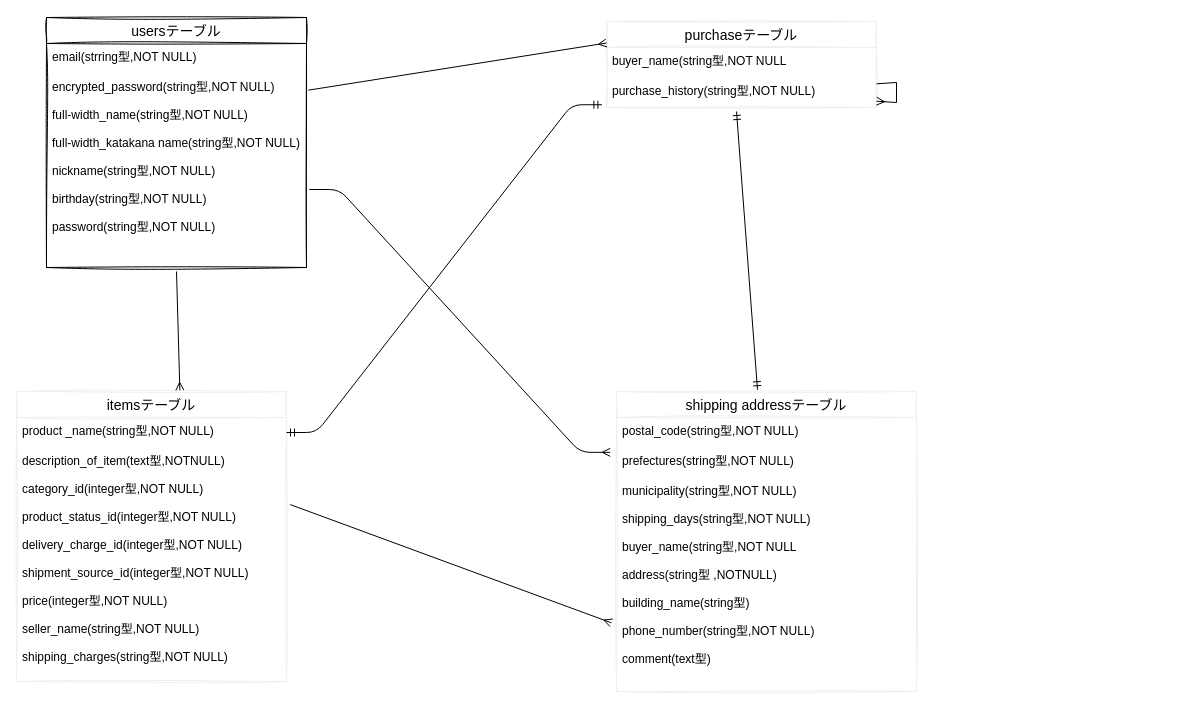
ittetu981/furima-35865 keeps this draw.io diagram as test.dio. Above is the earlier version. Source tidied: cells renumbered, new cells numbered last; positions are measured from the earlier drawing's top-left corner, leaving out a move shared by most shapes. Both pictures are drawn from the tidied source at 100%, with x=0, y=0 at pixel (16, 17).
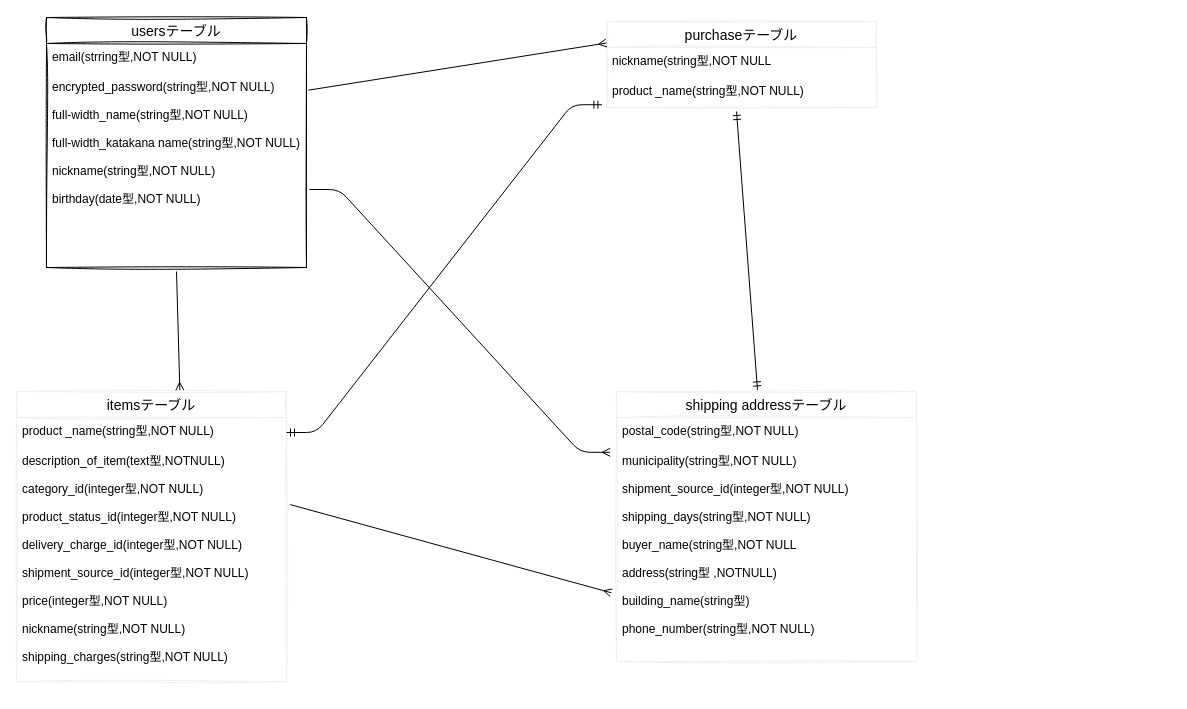
Above is the later version.

Commit message (it also covers changes not shown here):
データベース設計：追加修正4

Unchanged cells that the change refers to:
```xml
<mxCell id="2" value="usersテーブル" style="swimlane;fontStyle=0;horizontal=1;startSize=26;align=center;fontSize=14;sketch=1;" parent="1" vertex="1">
  <mxGeometry x="30" width="260" height="250" as="geometry" />
</mxCell>
<mxCell id="6" value="itemsテーブル" style="swimlane;fontStyle=0;horizontal=1;startSize=26;align=center;fontSize=14;sketch=1;strokeColor=#f0f0f0;" parent="1" vertex="1">
  <mxGeometry y="374" width="270" height="290" as="geometry" />
</mxCell>
<mxCell id="9" value="purchaseテーブル" style="swimlane;fontStyle=0;horizontal=1;startSize=26;align=center;fontSize=14;sketch=1;strokeColor=#f0f0f0;" parent="1" vertex="1">
  <mxGeometry x="590" y="4" width="270" height="86" as="geometry" />
</mxCell>
```

The edit, as a diff of the source:
```diff
@@
-    <mxCell id="4" value="encrypted_password(string型,NOT NULL)&#10;&#10;full-width_name(string型,NOT NULL)&#10;&#10;full-width_katakana name(string型,NOT NULL)&#10;&#10;nickname(string型,NOT NULL)&#10;&#10;birthday(string型,NOT NULL)&#10;&#10;password(string型,NOT NULL)&#10;&#10;&#10;&#10;&#10;" style="text;strokeColor=none;fillColor=none;spacingLeft=4;spacingRight=4;overflow=hidden;points=[[0,0.5],[1,0.5]];portConstraint=eastwest;fontSize=12;" parent="2" vertex="1">
+    <mxCell id="4" value="encrypted_password(string型,NOT NULL)&#10;&#10;full-width_name(string型,NOT NULL)&#10;&#10;full-width_katakana name(string型,NOT NULL)&#10;&#10;nickname(string型,NOT NULL)&#10;&#10;birthday(date型,NOT NULL)&#10;&#10;&#10;&#10;&#10;&#10;" style="text;strokeColor=none;fillColor=none;spacingLeft=4;spacingRight=4;overflow=hidden;points=[[0,0.5],[1,0.5]];portConstraint=eastwest;fontSize=12;" parent="2" vertex="1">
       <mxGeometry y="56" width="260" height="194" as="geometry" />
     </mxCell>
@@
-    <mxCell id="8" value="description_of_item(text型,NOTNULL)&#10;&#10;category_id(integer型,NOT NULL)&#10;&#10;product_status_id(integer型,NOT NULL)&#10;&#10;delivery_charge_id(integer型,NOT NULL)&#10;&#10;shipment_source_id(integer型,NOT NULL)&#10;&#10;price(integer型,NOT NULL)&#10;&#10;seller_name(string型,NOT NULL)&#10;&#10;shipping_charges(string型,NOT NULL)" style="text;strokeColor=none;fillColor=none;spacingLeft=4;spacingRight=4;overflow=hidden;points=[[0,0.5],[1,0.5]];portConstraint=eastwest;fontSize=12;" parent="6" vertex="1">
+    <mxCell id="8" value="description_of_item(text型,NOTNULL)&#10;&#10;category_id(integer型,NOT NULL)&#10;&#10;product_status_id(integer型,NOT NULL)&#10;&#10;delivery_charge_id(integer型,NOT NULL)&#10;&#10;shipment_source_id(integer型,NOT NULL)&#10;&#10;price(integer型,NOT NULL)&#10;&#10;nickname(string型,NOT NULL)&#10;&#10;shipping_charges(string型,NOT NULL)" style="text;strokeColor=none;fillColor=none;spacingLeft=4;spacingRight=4;overflow=hidden;points=[[0,0.5],[1,0.5]];portConstraint=eastwest;fontSize=12;" parent="6" vertex="1">
       <mxGeometry y="56" width="270" height="234" as="geometry" />
     </mxCell>
@@
-    <mxCell id="10" value="buyer_name(string型,NOT NULL" style="text;strokeColor=none;fillColor=none;spacingLeft=4;spacingRight=4;overflow=hidden;fontSize=12;" parent="9" vertex="1">
+    <mxCell id="10" value="nickname(string型,NOT NULL" style="text;strokeColor=none;fillColor=none;spacingLeft=4;spacingRight=4;overflow=hidden;fontSize=12;" parent="9" vertex="1">
       <mxGeometry y="26" width="270" height="30" as="geometry" />
     </mxCell>
-    <mxCell id="11" value="purchase_history(string型,NOT NULL)" style="text;strokeColor=none;fillColor=none;spacingLeft=4;spacingRight=4;overflow=hidden;points=[[0,0.5],[1,0.5]];portConstraint=eastwest;fontSize=12;" parent="9" vertex="1">
+    <mxCell id="11" value="product _name(string型,NOT NULL)" style="text;strokeColor=none;fillColor=none;spacingLeft=4;spacingRight=4;overflow=hidden;points=[[0,0.5],[1,0.5]];portConstraint=eastwest;fontSize=12;" parent="9" vertex="1">
       <mxGeometry y="56" width="270" height="30" as="geometry" />
     </mxCell>
-    <mxCell id="12" style="edgeStyle=none;rounded=0;orthogonalLoop=1;jettySize=auto;html=1;endArrow=ERmany;endFill=0;targetPerimeterSpacing=0;" parent="9" edge="1" source="11" target="11">
-      <mxGeometry relative="1" as="geometry" />
-    </mxCell>
     <mxCell id="13" value="shipping addressテーブル" style="swimlane;fontStyle=0;horizontal=1;startSize=26;align=center;fontSize=14;sketch=1;strokeColor=#f0f0f0;" parent="1" vertex="1">
-      <mxGeometry x="600" y="374" width="300" height="300" as="geometry" />
+      <mxGeometry x="600" y="374" width="300" height="270" as="geometry" />
     </mxCell>
@@
-    <mxCell id="15" value="prefectures(string型,NOT NULL)" style="text;strokeColor=none;fillColor=none;spacingLeft=4;spacingRight=4;overflow=hidden;points=[[0,0.5],[1,0.5]];portConstraint=eastwest;fontSize=12;" parent="13" vertex="1">
-      <mxGeometry y="56" width="300" height="30" as="geometry" />
-    </mxCell>
-    <mxCell id="16" value="municipality(string型,NOT NULL)&#10;&#10;shipping_days(string型,NOT NULL)&#10;&#10;buyer_name(string型,NOT NULL&#10;&#10;address(string型 ,NOTNULL)&#10;&#10;building_name(string型)&#10;&#10;phone_number(string型,NOT NULL)&#10;&#10;comment(text型)&#10;" style="text;strokeColor=none;fillColor=none;spacingLeft=4;spacingRight=4;overflow=hidden;points=[[0,0.5],[1,0.5]];portConstraint=eastwest;fontSize=12;" parent="13" vertex="1">
-      <mxGeometry y="86" width="300" height="214" as="geometry" />
+    <mxCell id="16" value="municipality(string型,NOT NULL)&#10;&#10;shipment_source_id(integer型,NOT NULL)&#10;&#10;shipping_days(string型,NOT NULL)&#10;&#10;buyer_name(string型,NOT NULL&#10;&#10;address(string型 ,NOTNULL)&#10;&#10;building_name(string型)&#10;&#10;phone_number(string型,NOT NULL)&#10;&#10;&#10;" style="text;strokeColor=none;fillColor=none;spacingLeft=4;spacingRight=4;overflow=hidden;points=[[0,0.5],[1,0.5]];portConstraint=eastwest;fontSize=12;" parent="13" vertex="1">
+      <mxGeometry y="56" width="300" height="214" as="geometry" />
     </mxCell>
@@
-    <mxCell id="20" style="edgeStyle=entityRelationEdgeStyle;fontSize=12;html=1;endArrow=ERmany;targetPerimeterSpacing=0;exitX=1.011;exitY=0.598;exitDx=0;exitDy=0;exitPerimeter=0;entryX=-0.021;entryY=0.161;entryDx=0;entryDy=0;entryPerimeter=0;" parent="1" edge="1" source="4" target="15">
-      <mxGeometry relative="1" as="geometry" />
+    <mxCell id="20" style="edgeStyle=entityRelationEdgeStyle;fontSize=12;html=1;endArrow=ERmany;targetPerimeterSpacing=0;exitX=1.011;exitY=0.598;exitDx=0;exitDy=0;exitPerimeter=0;entryX=-0.021;entryY=0.161;entryDx=0;entryDy=0;entryPerimeter=0;" parent="1" edge="1" source="4">
+      <mxGeometry relative="1" as="geometry">
+        <mxPoint x="593.7" y="434.8" as="targetPoint" />
+      </mxGeometry>
     </mxCell>
```
